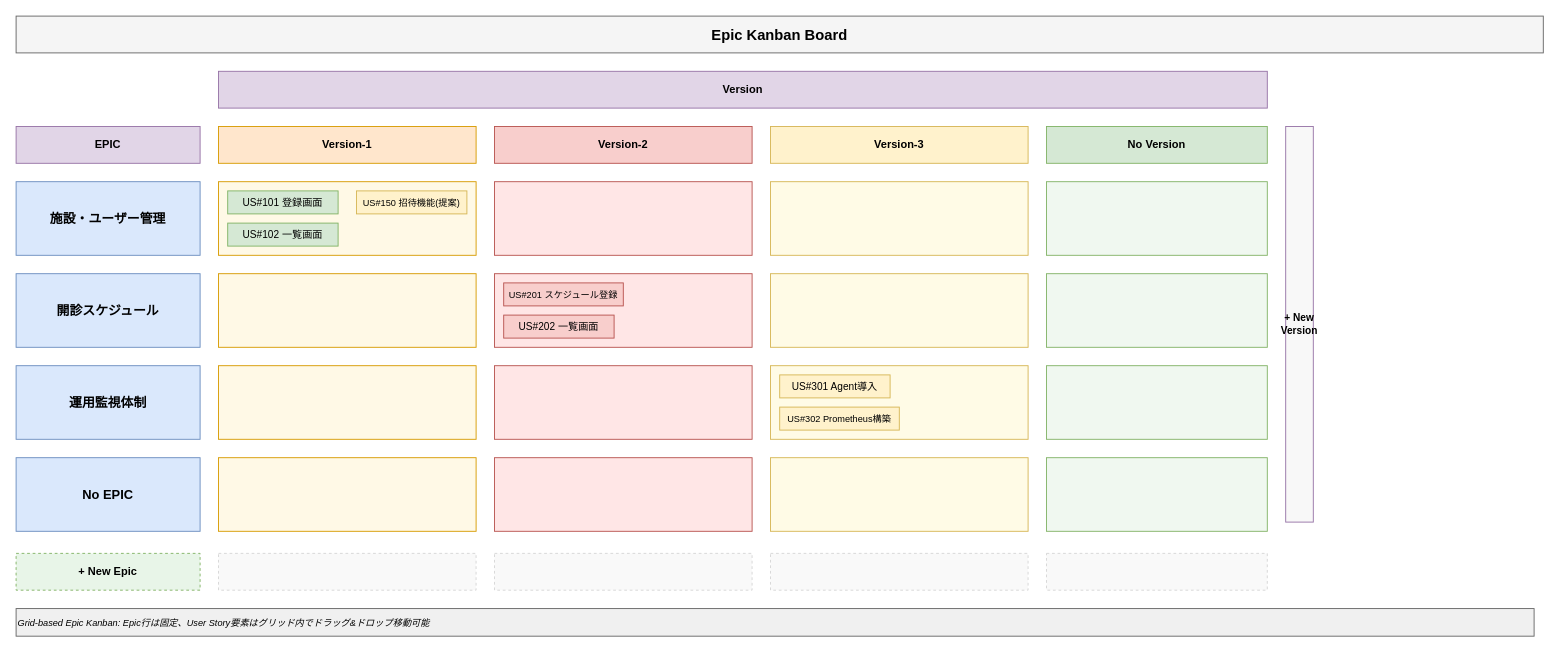
Above: vibes/docs/specs/ui/kanban_ui_wireframe.drawio in hollySizzle/redmine_epic_ladder (draw.io), before the change. Source tidied: cells renumbered, new cells numbered last; positions are measured from the earlier drawing's top-left corner, leaving out a move shared by most shapes. Both pictures are drawn from the tidied source at 92%, with x=0, y=0 at pixel (16, 16).
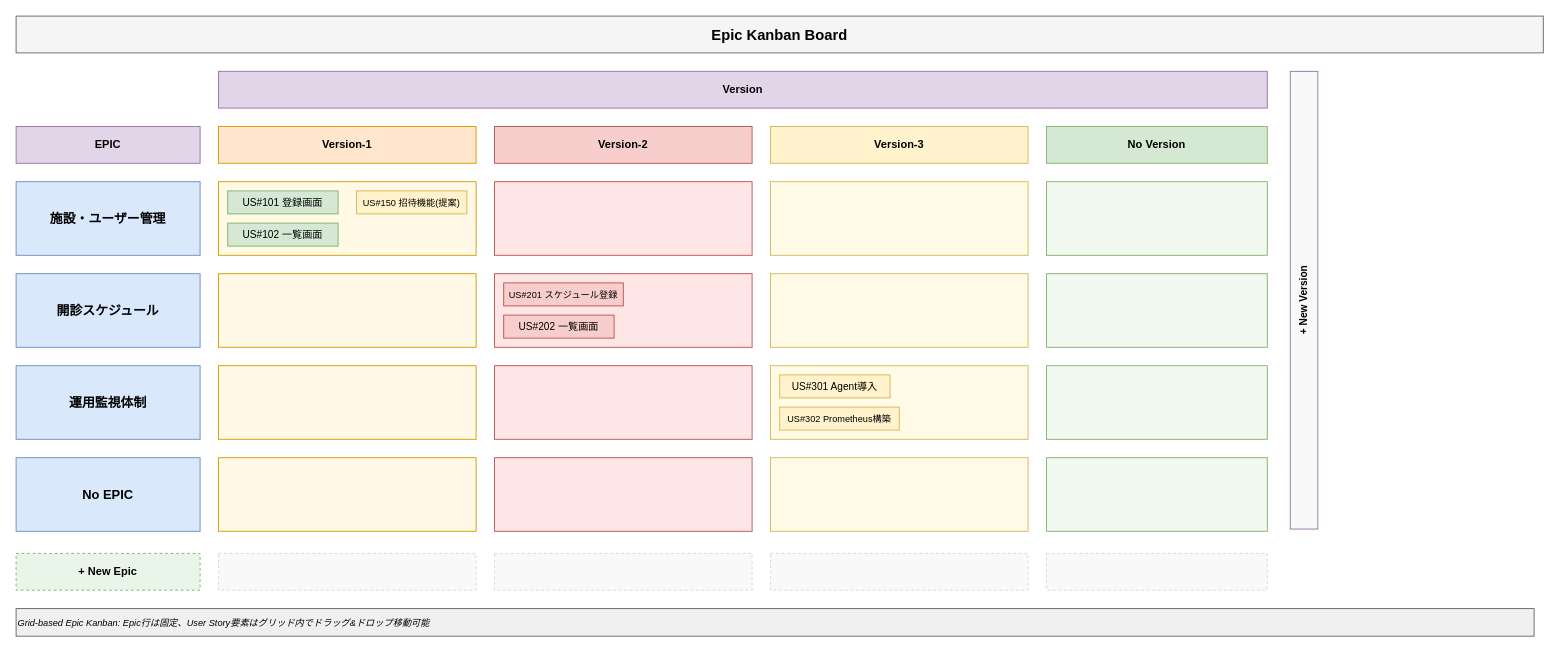
Above is the later version.

Commit message:
ワイヤーフレームのアップデート

What changed in the source:
```diff
@@
-    <mxCell id="5" value="+ New Version" style="rounded=0;whiteSpace=wrap;html=1;fillColor=#f8f8f8;strokeColor=#9673a6;fontStyle=1;fontSize=11;align=center;" parent="1" vertex="1">
-      <mxGeometry x="1380" y="120" width="30" height="430" as="geometry" />
+    <mxCell id="5" value="+ New Version" style="rounded=0;whiteSpace=wrap;html=1;fillColor=#f8f8f8;strokeColor=#9673a6;fontStyle=1;fontSize=11;align=center;rotation=-90;" parent="1" vertex="1">
+      <mxGeometry x="1151.2" y="293.8" width="497.5" height="30" as="geometry" />
     </mxCell>
```
